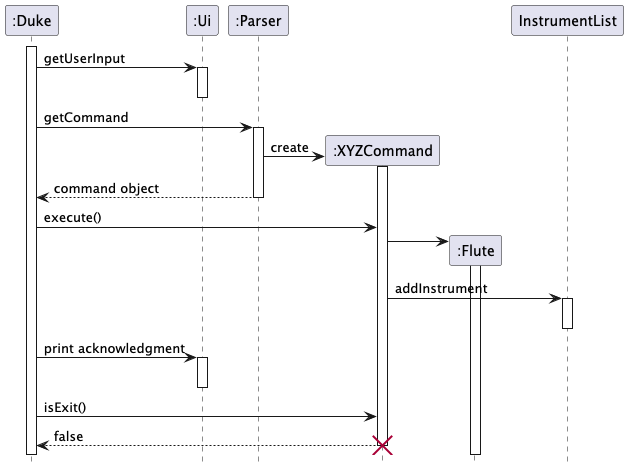
Before: docs/uml-diagrams/ArchiSequenceDiagram-0.png, a diagram exported from PlantUML (adoorknob/tp).
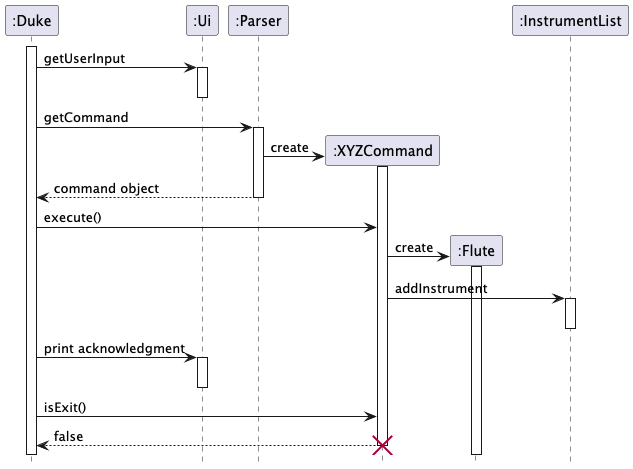
After the commit.

Change to the diagram source:
```diff
@@ -15,11 +15,11 @@
     Duke <-- Parser : command object
     deactivate Parser
     Duke -> ":XYZCommand" : execute()
-    ":XYZCommand" -> ":Flute" **
+    ":XYZCommand" -> ":Flute" ** : create
     activate ":Flute"
-    ":XYZCommand" -> InstrumentList : addInstrument
-    activate InstrumentList
-    deactivate InstrumentList
+    ":XYZCommand" -> ":InstrumentList" : addInstrument
+    activate ":InstrumentList"
+    deactivate ":InstrumentList"
     Duke -> Ui : print acknowledgment
     activate Ui
     deactivate Ui
```
